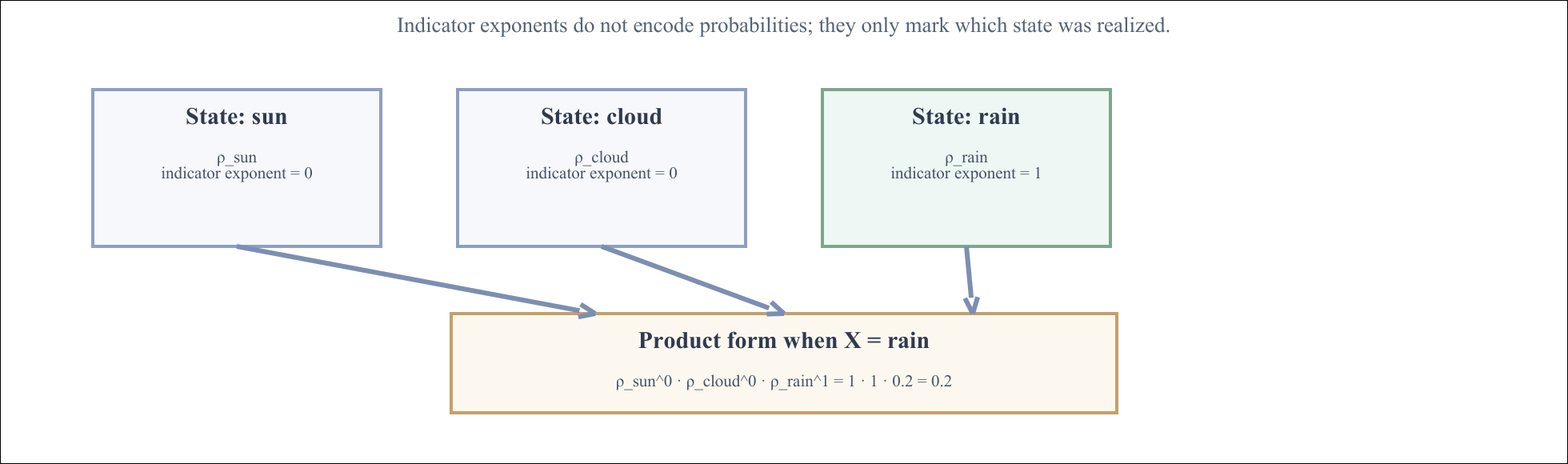
Above: notes/02_probability_reconstructed/assets/figure_2_indicator_product_selector.png in jensonp/cs179-chapter-2-probability (Graphviz), before the change. Its source is kept beside it as notes/02_probability_reconstructed/assets/figure_2_indicator_product_selector.dot.
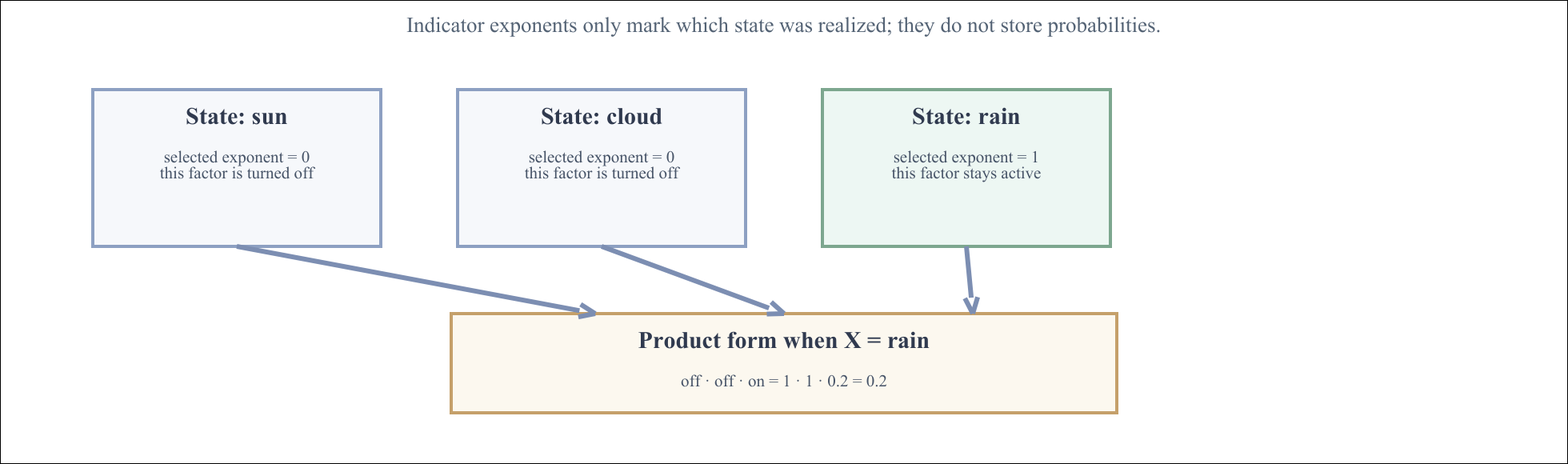
The same file after the commit.

Commit message:
Simplify native diagram labels for readability

What changed in the source:
```diff
@@ -2,10 +2,10 @@
   rankdir=LR;
   node [shape=box, style="rounded,filled", fillcolor="#f6f8fc", color="#8ea1c2", fontname="Helvetica"];
   edge [color="#7d8fb2", penwidth=1.3, arrowsize=0.8];
-  sun [label="sun\nρ_sun\nindicator = 0"];
-  cloud [label="cloud\nρ_cloud\nindicator = 0"];
-  rain [label="rain\nρ_rain\nindicator = 1"];
-  product [label="ρ_sun^0 ρ_cloud^0 ρ_rain^1\n= 1 · 1 · 0.2 = 0.2"];
+  sun [label="sun\nselected exponent: 0"];
+  cloud [label="cloud\nselected exponent: 0"];
+  rain [label="rain\nselected exponent: 1"];
+  product [label="sun off · cloud off · rain on\n= 1 · 1 · 0.2 = 0.2"];
   sun -> product;
   cloud -> product;
   rain -> product;
```
